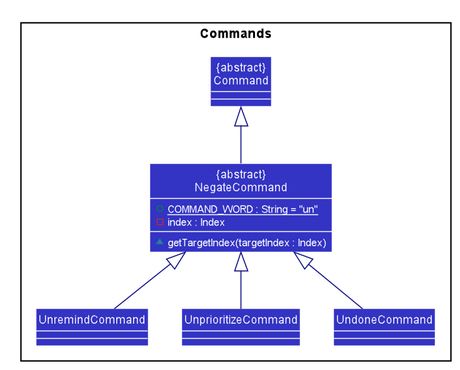
nus-cs2103-AY2021S1/tp keeps this PlantUML diagram as docs/images/NegateCommandClassDiagram.png. Above is the earlier version.
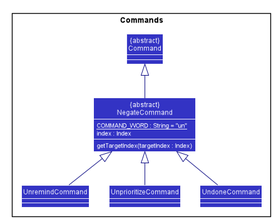
Above is the later version.

Commit message:
Remove accessors from diagram

Change to the diagram source:
```diff
@@ -57,9 +57,9 @@
 package Commands {
 Class "{abstract}\nCommand" as Command
 Class "{abstract}\nNegateCommand" as NegateCommand {
-    + {static} COMMAND_WORD : String = "un"
-    - index : Index
-    ~getTargetIndex(targetIndex : Index)
+    {static} COMMAND_WORD : String = "un"
+    index : Index
+    getTargetIndex(targetIndex : Index)
 }
 
 Class UnremindCommand
```
